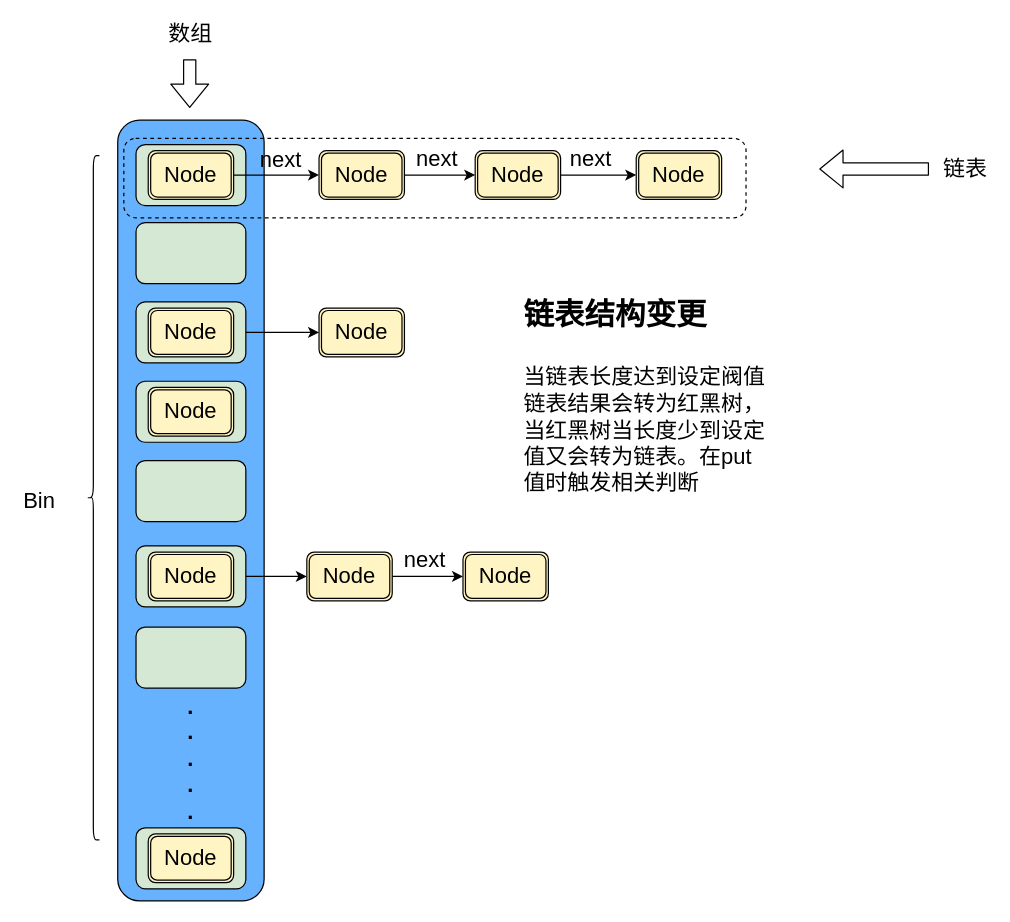
Earlier version of the draw.io diagram draw-io/hashmap.drawio (leon-fly/documents). Source tidied: cells renumbered, new cells numbered last; positions are measured from the earlier drawing's top-left corner, leaving out a move shared by most shapes. Both pictures are drawn from the tidied source at 122%, with x=0, y=0 at pixel (21, 22).
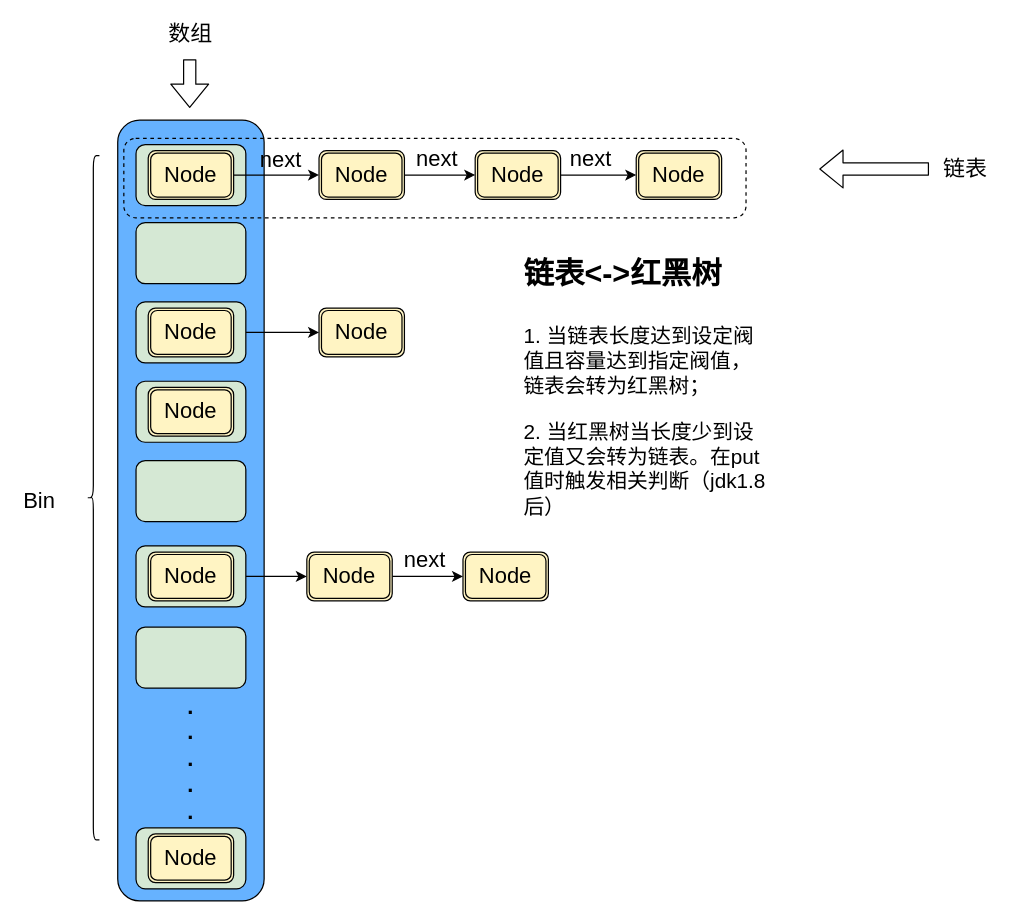
The same diagram, later.

Change to the diagram source:
```diff
@@
-    <mxCell id="40" value="&lt;h1&gt;&lt;font style=&quot;font-size: 25px&quot;&gt;链表结构变更&lt;/font&gt;&lt;/h1&gt;&lt;p&gt;当链表长度达到设定阀值链表结果会转为红黑树，当红黑树当长度少到设定值又会转为链表。在put值时触发相关判断&lt;/p&gt;" style="text;html=1;strokeColor=none;fillColor=none;spacing=5;spacingTop=-20;whiteSpace=wrap;overflow=hidden;rounded=0;dashed=1;fontSize=18;" parent="1" vertex="1">
-      <mxGeometry x="407" y="200" width="207" height="221" as="geometry" />
+    <mxCell id="40" value="&lt;h1&gt;&lt;font style=&quot;font-size: 25px&quot;&gt;链表&amp;lt;-&amp;gt;红黑树&lt;/font&gt;&lt;/h1&gt;&lt;p style=&quot;font-size: 17px&quot;&gt;&lt;font style=&quot;font-size: 17px&quot;&gt;1. 当链表长度达到设定阀值且容量达到指定阀值，链表会转为红黑树；&lt;/font&gt;&lt;/p&gt;&lt;p style=&quot;font-size: 17px&quot;&gt;&lt;font style=&quot;font-size: 17px&quot;&gt;2. 当红黑树当长度少到设定值又会转为链表。在put值时触发相关判断（jdk1.8后）&lt;/font&gt;&lt;/p&gt;" style="text;html=1;strokeColor=none;fillColor=none;spacing=5;spacingTop=-20;whiteSpace=wrap;overflow=hidden;rounded=0;dashed=1;fontSize=18;" parent="1" vertex="1">
+      <mxGeometry x="407" y="167" width="207" height="271" as="geometry" />
     </mxCell>
```
